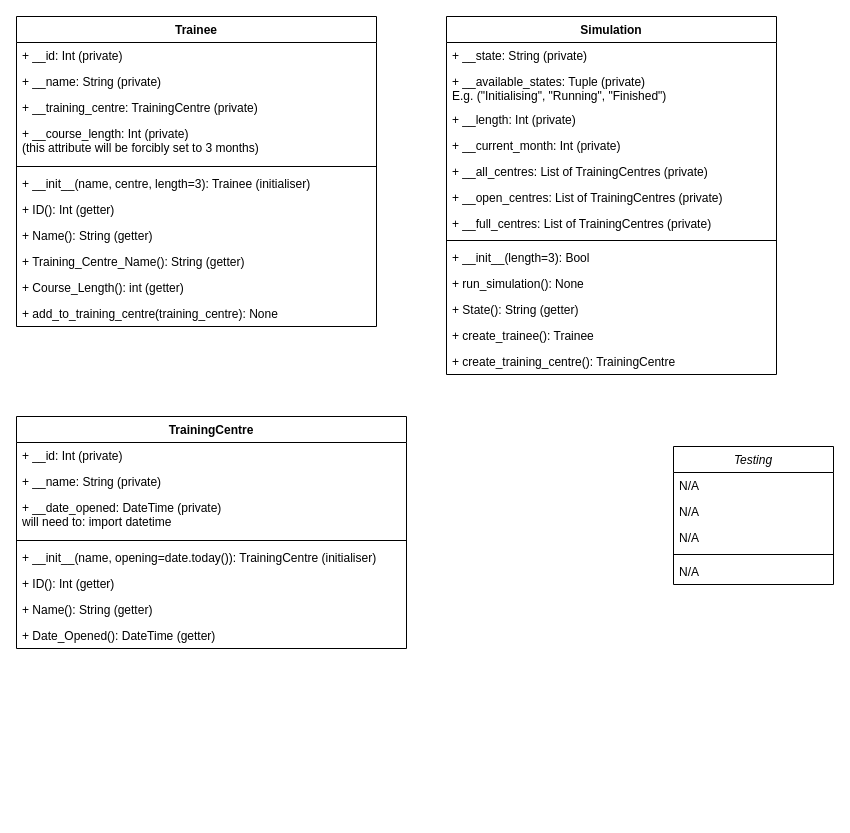
Above: Class_Diagram.drawio in dannyjew/SimulationProjectData24Group1 (draw.io), before the change. Source tidied: cells renumbered, new cells numbered last; positions are measured from the earlier drawing's top-left corner, leaving out a move shared by most shapes. Both pictures are drawn from the tidied source at 100%, with x=0, y=0 at pixel (16, 16).
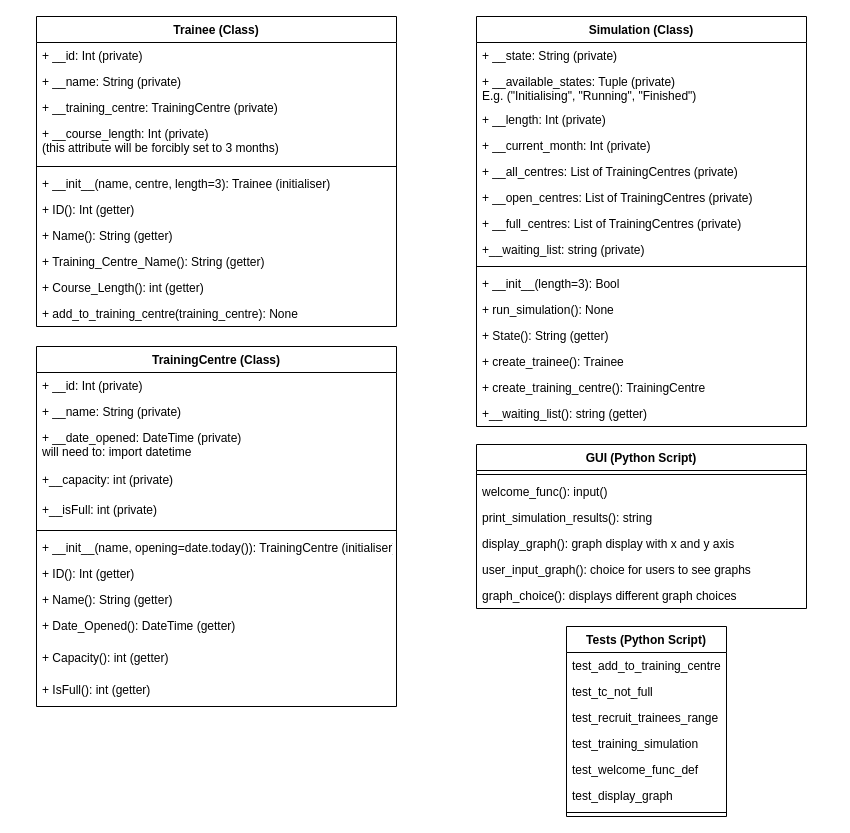
The same page after the edit.

The edit, as a diff of the source:
```diff
@@
-    <mxCell id="2" value="Testing" style="swimlane;fontStyle=2;align=center;verticalAlign=top;horizontal=1;startSize=26;rounded=0;shadow=0;strokeWidth=1;" parent="1" vertex="1">
-      <mxGeometry x="657" y="430" width="160" height="138" as="geometry" />
+    <mxCell id="2" value="Tests (Python Script)" style="swimlane;fontStyle=1;align=center;verticalAlign=top;horizontal=1;startSize=26;rounded=0;shadow=0;strokeWidth=1;" parent="1" vertex="1">
+      <mxGeometry x="550" y="610" width="160" height="190" as="geometry" />
     </mxCell>
-    <mxCell id="3" value="N/A" style="text;align=left;verticalAlign=top;spacingLeft=4;spacingRight=4;overflow=hidden;" parent="2" vertex="1">
+    <mxCell id="3" value="test_add_to_training_centre" style="text;align=left;verticalAlign=top;spacingLeft=4;spacingRight=4;overflow=hidden;" parent="2" vertex="1">
       <mxGeometry y="26" width="160" height="26" as="geometry" />
     </mxCell>
-    <mxCell id="4" value="N/A" style="text;align=left;verticalAlign=top;spacingLeft=4;spacingRight=4;overflow=hidden;rounded=0;shadow=0;html=0;" parent="2" vertex="1">
+    <mxCell id="4" value="test_tc_not_full" style="text;align=left;verticalAlign=top;spacingLeft=4;spacingRight=4;overflow=hidden;rounded=0;shadow=0;html=0;" parent="2" vertex="1">
       <mxGeometry y="52" width="160" height="26" as="geometry" />
     </mxCell>
-    <mxCell id="5" value="N/A" style="text;align=left;verticalAlign=top;spacingLeft=4;spacingRight=4;overflow=hidden;rounded=0;shadow=0;html=0;" parent="2" vertex="1">
+    <mxCell id="5" value="test_recruit_trainees_range" style="text;align=left;verticalAlign=top;spacingLeft=4;spacingRight=4;overflow=hidden;rounded=0;shadow=0;html=0;" parent="2" vertex="1">
       <mxGeometry y="78" width="160" height="26" as="geometry" />
     </mxCell>
+    <mxCell id="7" value="test_training_simulation" style="text;align=left;verticalAlign=top;spacingLeft=4;spacingRight=4;overflow=hidden;" parent="2" vertex="1">
+      <mxGeometry y="104" width="160" height="26" as="geometry" />
+    </mxCell>
+    <mxCell id="43" value="test_welcome_func_def" style="text;align=left;verticalAlign=top;spacingLeft=4;spacingRight=4;overflow=hidden;" parent="2" vertex="1">
+      <mxGeometry y="130" width="160" height="26" as="geometry" />
+    </mxCell>
+    <mxCell id="44" value="test_display_graph" style="text;align=left;verticalAlign=top;spacingLeft=4;spacingRight=4;overflow=hidden;" parent="2" vertex="1">
+      <mxGeometry y="156" width="160" height="26" as="geometry" />
+    </mxCell>
     <mxCell id="6" style="line;html=1;strokeWidth=1;align=left;verticalAlign=middle;spacingTop=-1;spacingLeft=3;spacingRight=3;labelPosition=right;" parent="2" vertex="1">
-      <mxGeometry y="104" width="160" height="8" as="geometry" />
+      <mxGeometry y="182" width="160" height="8" as="geometry" />
     </mxCell>
-    <mxCell id="7" value="N/A" style="text;align=left;verticalAlign=top;spacingLeft=4;spacingRight=4;overflow=hidden;" parent="2" vertex="1">
-      <mxGeometry y="112" width="160" height="26" as="geometry" />
-    </mxCell>
-    <mxCell id="8" value="Trainee" style="swimlane;fontStyle=1;align=center;verticalAlign=top;horizontal=1;startSize=26;" parent="1" vertex="1">
-      <mxGeometry width="360" height="310" as="geometry" />
+    <mxCell id="8" value="Trainee (Class)" style="swimlane;fontStyle=1;align=center;verticalAlign=top;horizontal=1;startSize=26;" parent="1" vertex="1">
+      <mxGeometry x="20" width="360" height="310" as="geometry" />
     </mxCell>
@@
-    <mxCell id="20" value="Simulation" style="swimlane;fontStyle=1;align=center;verticalAlign=top;horizontal=1;startSize=26;" parent="1" vertex="1">
-      <mxGeometry x="430" width="330" height="358" as="geometry" />
+    <mxCell id="20" value="Simulation (Class)" style="swimlane;fontStyle=1;align=center;verticalAlign=top;horizontal=1;startSize=26;" parent="1" vertex="1">
+      <mxGeometry x="460" width="330" height="410" as="geometry" />
     </mxCell>
@@
+    <mxCell id="45" value="+__waiting_list: string (private)" style="text;strokeColor=none;fillColor=none;align=left;verticalAlign=top;spacingLeft=4;spacingRight=4;overflow=hidden;" parent="20" vertex="1">
+      <mxGeometry y="220" width="330" height="26" as="geometry" />
+    </mxCell>
     <mxCell id="28" style="line;strokeWidth=1;fillColor=none;align=left;verticalAlign=middle;spacingTop=-1;spacingLeft=3;spacingRight=3;labelPosition=right;" parent="20" vertex="1">
-      <mxGeometry y="220" width="330" height="8" as="geometry" />
+      <mxGeometry y="246" width="330" height="8" as="geometry" />
     </mxCell>
     <mxCell id="29" value="+ __init__(length=3): Bool" style="text;strokeColor=none;fillColor=none;align=left;verticalAlign=top;spacingLeft=4;spacingRight=4;overflow=hidden;" parent="20" vertex="1">
-      <mxGeometry y="228" width="330" height="26" as="geometry" />
+      <mxGeometry y="254" width="330" height="26" as="geometry" />
     </mxCell>
     <mxCell id="30" value="+ run_simulation(): None" style="text;strokeColor=none;fillColor=none;align=left;verticalAlign=top;spacingLeft=4;spacingRight=4;overflow=hidden;" parent="20" vertex="1">
-      <mxGeometry y="254" width="330" height="26" as="geometry" />
+      <mxGeometry y="280" width="330" height="26" as="geometry" />
     </mxCell>
     <mxCell id="31" value="+ State(): String (getter)" style="text;strokeColor=none;fillColor=none;align=left;verticalAlign=top;spacingLeft=4;spacingRight=4;overflow=hidden;" parent="20" vertex="1">
-      <mxGeometry y="280" width="330" height="26" as="geometry" />
+      <mxGeometry y="306" width="330" height="26" as="geometry" />
     </mxCell>
     <mxCell id="32" value="+ create_trainee(): Trainee" style="text;strokeColor=none;fillColor=none;align=left;verticalAlign=top;spacingLeft=4;spacingRight=4;overflow=hidden;" parent="20" vertex="1">
-      <mxGeometry y="306" width="330" height="26" as="geometry" />
+      <mxGeometry y="332" width="330" height="26" as="geometry" />
     </mxCell>
     <mxCell id="33" value="+ create_training_centre(): TrainingCentre" style="text;strokeColor=none;fillColor=none;align=left;verticalAlign=top;spacingLeft=4;spacingRight=4;overflow=hidden;" parent="20" vertex="1">
-      <mxGeometry y="332" width="330" height="26" as="geometry" />
+      <mxGeometry y="358" width="330" height="26" as="geometry" />
     </mxCell>
+    <mxCell id="46" value="+__waiting_list(): string (getter)" style="text;strokeColor=none;fillColor=none;align=left;verticalAlign=top;spacingLeft=4;spacingRight=4;overflow=hidden;" parent="20" vertex="1">
+      <mxGeometry y="384" width="330" height="26" as="geometry" />
+    </mxCell>
-    <mxCell id="34" value="TrainingCentre" style="swimlane;fontStyle=1;align=center;verticalAlign=top;horizontal=1;startSize=26;" parent="1" vertex="1">
-      <mxGeometry y="400" width="390" height="232" as="geometry" />
+    <mxCell id="34" value="TrainingCentre (Class)" style="swimlane;fontStyle=1;align=center;verticalAlign=top;horizontal=1;startSize=26;" parent="1" vertex="1">
+      <mxGeometry x="20" y="330" width="360" height="360" as="geometry" />
     </mxCell>
     <mxCell id="35" value="+ __id: Int (private)" style="text;strokeColor=none;fillColor=none;align=left;verticalAlign=top;spacingLeft=4;spacingRight=4;overflow=hidden;" parent="34" vertex="1">
-      <mxGeometry y="26" width="390" height="26" as="geometry" />
+      <mxGeometry y="26" width="360" height="26" as="geometry" />
     </mxCell>
     <mxCell id="36" value="+ __name: String (private)" style="text;strokeColor=none;fillColor=none;align=left;verticalAlign=top;spacingLeft=4;spacingRight=4;overflow=hidden;" parent="34" vertex="1">
-      <mxGeometry y="52" width="390" height="26" as="geometry" />
+      <mxGeometry y="52" width="360" height="26" as="geometry" />
     </mxCell>
     <mxCell id="37" value="+ __date_opened: DateTime (private)&#10;will need to: import datetime" style="text;strokeColor=none;fillColor=none;align=left;verticalAlign=top;spacingLeft=4;spacingRight=4;overflow=hidden;" parent="34" vertex="1">
-      <mxGeometry y="78" width="390" height="42" as="geometry" />
+      <mxGeometry y="78" width="360" height="42" as="geometry" />
     </mxCell>
+    <mxCell id="47" value="+__capacity: int (private)" style="text;strokeColor=none;fillColor=none;align=left;verticalAlign=top;spacingLeft=4;spacingRight=4;overflow=hidden;" parent="34" vertex="1">
+      <mxGeometry y="120" width="360" height="30" as="geometry" />
+    </mxCell>
+    <mxCell id="48" value="+__isFull: int (private)" style="text;strokeColor=none;fillColor=none;align=left;verticalAlign=top;spacingLeft=4;spacingRight=4;overflow=hidden;" parent="34" vertex="1">
+      <mxGeometry y="150" width="360" height="30" as="geometry" />
+    </mxCell>
     <mxCell id="38" style="line;strokeWidth=1;fillColor=none;align=left;verticalAlign=middle;spacingTop=-1;spacingLeft=3;spacingRight=3;labelPosition=right;" parent="34" vertex="1">
-      <mxGeometry y="120" width="390" height="8" as="geometry" />
+      <mxGeometry y="180" width="360" height="8" as="geometry" />
     </mxCell>
     <mxCell id="39" value="+ __init__(name, opening=date.today()): TrainingCentre (initialiser)" style="text;strokeColor=none;fillColor=none;align=left;verticalAlign=top;spacingLeft=4;spacingRight=4;overflow=hidden;" parent="34" vertex="1">
-      <mxGeometry y="128" width="390" height="26" as="geometry" />
+      <mxGeometry y="188" width="360" height="26" as="geometry" />
     </mxCell>
     <mxCell id="40" value="+ ID(): Int (getter)" style="text;strokeColor=none;fillColor=none;align=left;verticalAlign=top;spacingLeft=4;spacingRight=4;overflow=hidden;" parent="34" vertex="1">
-      <mxGeometry y="154" width="390" height="26" as="geometry" />
+      <mxGeometry y="214" width="360" height="26" as="geometry" />
     </mxCell>
     <mxCell id="41" value="+ Name(): String (getter)" style="text;strokeColor=none;fillColor=none;align=left;verticalAlign=top;spacingLeft=4;spacingRight=4;overflow=hidden;" parent="34" vertex="1">
-      <mxGeometry y="180" width="390" height="26" as="geometry" />
+      <mxGeometry y="240" width="360" height="26" as="geometry" />
     </mxCell>
     <mxCell id="42" value="+ Date_Opened(): DateTime (getter)" style="text;strokeColor=none;fillColor=none;align=left;verticalAlign=top;spacingLeft=4;spacingRight=4;overflow=hidden;" parent="34" vertex="1">
-      <mxGeometry y="206" width="390" height="26" as="geometry" />
+      <mxGeometry y="266" width="360" height="32" as="geometry" />
     </mxCell>
+    <mxCell id="49" value="+ Capacity(): int (getter)" style="text;strokeColor=none;fillColor=none;align=left;verticalAlign=top;spacingLeft=4;spacingRight=4;overflow=hidden;" parent="34" vertex="1">
+      <mxGeometry y="298" width="360" height="32" as="geometry" />
+    </mxCell>
+    <mxCell id="50" value="+ IsFull(): int (getter)" style="text;strokeColor=none;fillColor=none;align=left;verticalAlign=top;spacingLeft=4;spacingRight=4;overflow=hidden;" parent="34" vertex="1">
+      <mxGeometry y="330" width="360" height="30" as="geometry" />
+    </mxCell>
+    <mxCell id="51" value="GUI (Python Script)" style="swimlane;fontStyle=1;align=center;verticalAlign=top;horizontal=1;startSize=26;" parent="1" vertex="1">
+      <mxGeometry x="460" y="428" width="330" height="164" as="geometry" />
+    </mxCell>
+    <mxCell id="52" style="line;strokeWidth=1;fillColor=none;align=left;verticalAlign=middle;spacingTop=-1;spacingLeft=3;spacingRight=3;labelPosition=right;" parent="51" vertex="1">
+      <mxGeometry y="26" width="330" height="8" as="geometry" />
+    </mxCell>
+    <mxCell id="53" value="welcome_func(): input()" style="text;strokeColor=none;fillColor=none;align=left;verticalAlign=top;spacingLeft=4;spacingRight=4;overflow=hidden;" parent="51" vertex="1">
+      <mxGeometry y="34" width="330" height="26" as="geometry" />
+    </mxCell>
+    <mxCell id="54" value="print_simulation_results(): string" style="text;strokeColor=none;fillColor=none;align=left;verticalAlign=top;spacingLeft=4;spacingRight=4;overflow=hidden;" parent="51" vertex="1">
+      <mxGeometry y="60" width="330" height="26" as="geometry" />
+    </mxCell>
+    <mxCell id="55" value="display_graph(): graph display with x and y axis" style="text;strokeColor=none;fillColor=none;align=left;verticalAlign=top;spacingLeft=4;spacingRight=4;overflow=hidden;" parent="51" vertex="1">
+      <mxGeometry y="86" width="330" height="26" as="geometry" />
+    </mxCell>
+    <mxCell id="56" value="user_input_graph(): choice for users to see graphs" style="text;strokeColor=none;fillColor=none;align=left;verticalAlign=top;spacingLeft=4;spacingRight=4;overflow=hidden;" parent="51" vertex="1">
+      <mxGeometry y="112" width="330" height="26" as="geometry" />
+    </mxCell>
+    <mxCell id="57" value="graph_choice(): displays different graph choices" style="text;strokeColor=none;fillColor=none;align=left;verticalAlign=top;spacingLeft=4;spacingRight=4;overflow=hidden;" parent="51" vertex="1">
+      <mxGeometry y="138" width="330" height="26" as="geometry" />
+    </mxCell>
```
